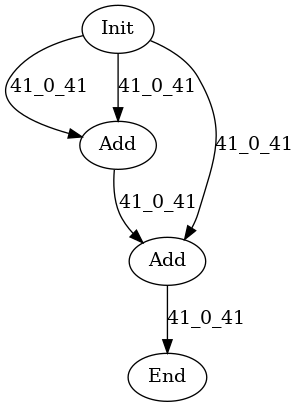
Earlier version of the Graphviz export data/graph_poly.dot.png (hal-lab-u-tokyo/PolyFHE). Its source is kept beside it as data/graph_poly.dot.
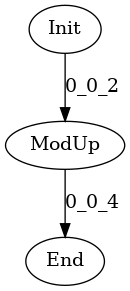
Later version of the same file.

Change to the diagram source:
```diff
@@ -1,11 +1,7 @@
 digraph G {
 Init[label="Init"];
 End[label="End"];
-Add[label="Add"];
-Add2[label="Add"];
-Init -> Add[label="41_0_41"];
-Init -> Add[label="41_0_41"];
-Init -> Add2[label="41_0_41"];
-Add -> Add2[label="41_0_41"];
-Add2 -> End[label="41_0_41"];
+ModUp[label="ModUp"];
+Init -> ModUp[label="0_0_2"];
+ModUp -> End[label="0_0_4"];
 }
```
